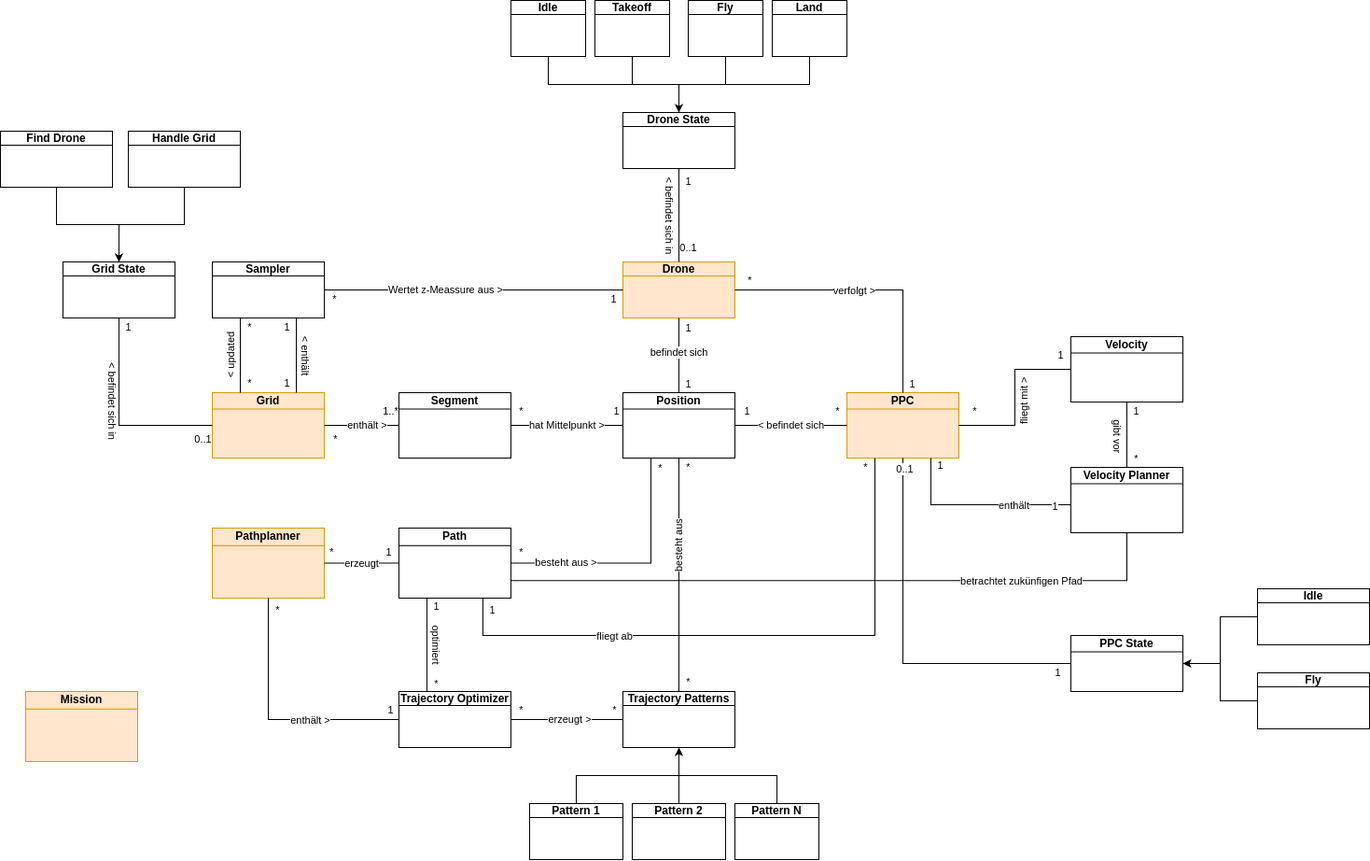
The draw.io diagram domain.drawio.png in Oszimilian/cf_stack, before a commit. Source tidied: cells renumbered, new cells last; positions are measured from the earlier drawing's top-left corner, leaving out a move shared by most shapes.
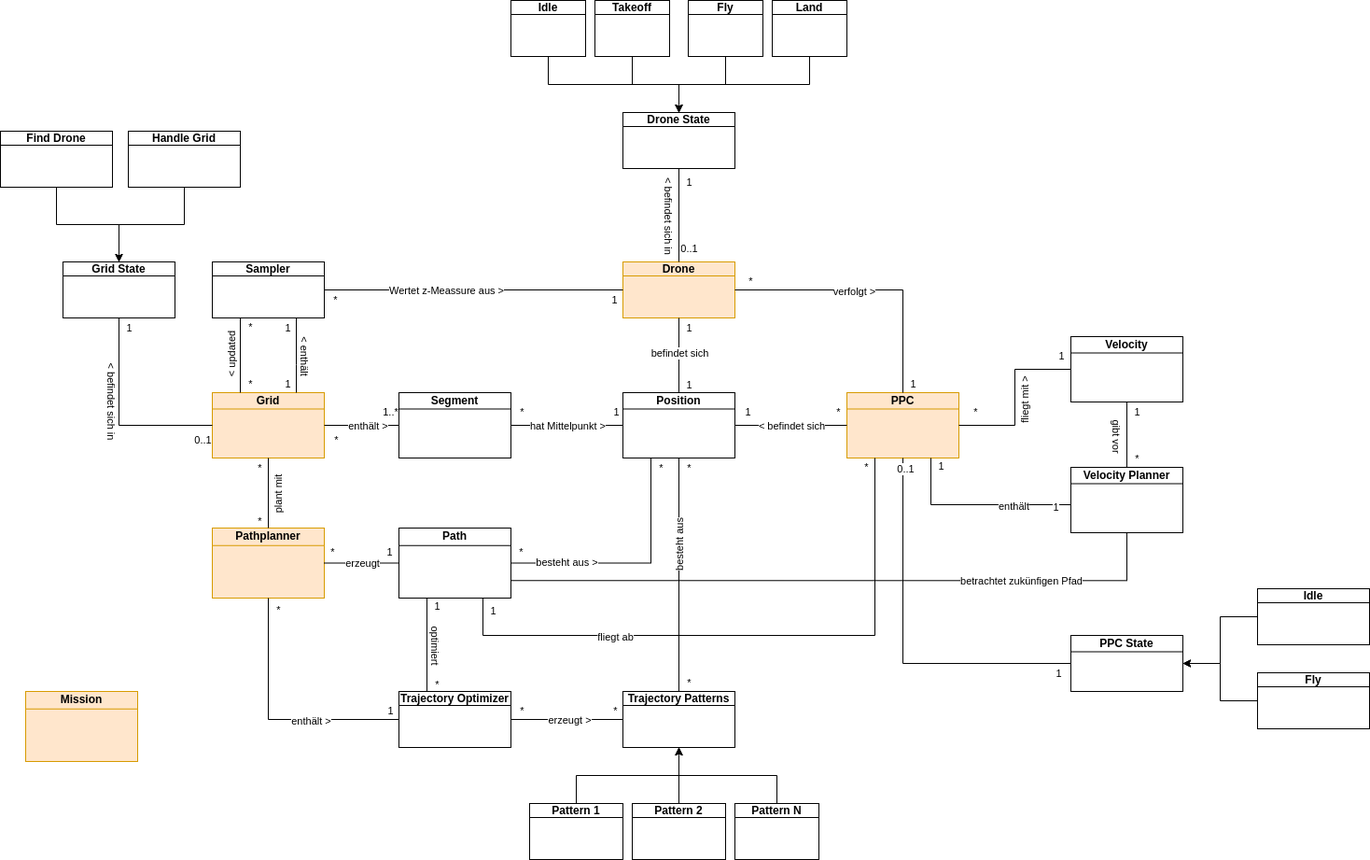
The same diagram one commit later.

The edit, as a diff of the source:
```diff
@@ -682,5 +682,23 @@
     <mxCell id="178" value="*" style="edgeLabel;html=1;align=center;verticalAlign=middle;" parent="1" vertex="1">
       <mxGeometry x="267" y="350" as="geometry" />
     </mxCell>
+    <mxCell id="179" style="edgeStyle=orthogonalEdgeStyle;rounded=0;jettySize=auto;html=1;entryX=0.5;entryY=0;entryDx=0;entryDy=0;endArrow=none;endFill=0;" parent="1" edge="1" source="3" target="13">
+      <mxGeometry relative="1" as="geometry" />
+    </mxCell>
+    <mxCell id="180" value="plant mit" style="edgeLabel;html=1;align=center;verticalAlign=middle;rotation=-90;" parent="179" vertex="1">
+      <mxGeometry x="-0.02" relative="1" as="geometry">
+        <mxPoint x="10" y="3" as="offset" />
+      </mxGeometry>
+    </mxCell>
+    <mxCell id="181" value="*" style="edgeLabel;html=1;align=center;verticalAlign=middle;" parent="179" vertex="1">
+      <mxGeometry x="-0.81" y="1" relative="1" as="geometry">
+        <mxPoint x="-11" y="3" as="offset" />
+      </mxGeometry>
+    </mxCell>
+    <mxCell id="182" value="*" style="edgeLabel;html=1;align=center;verticalAlign=middle;" parent="179" vertex="1">
+      <mxGeometry x="0.78" relative="1" as="geometry">
+        <mxPoint x="-10" as="offset" />
+      </mxGeometry>
+    </mxCell>
   </root>
 </mxGraphModel>
```
